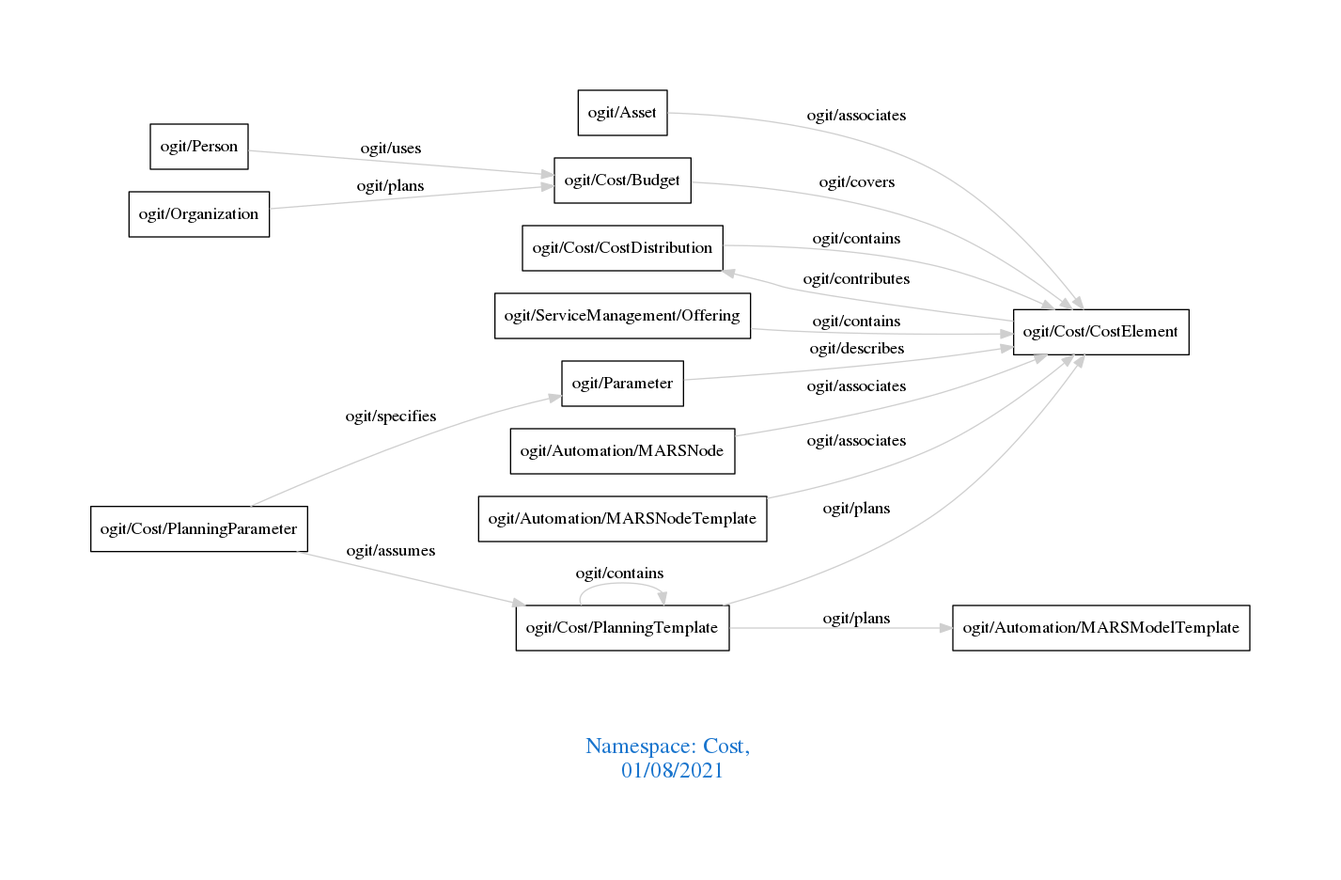
The Graphviz diagram downloads/Cost.png in arago/OGIT, before a commit. Its source is kept beside it as downloads/Cost.dot.
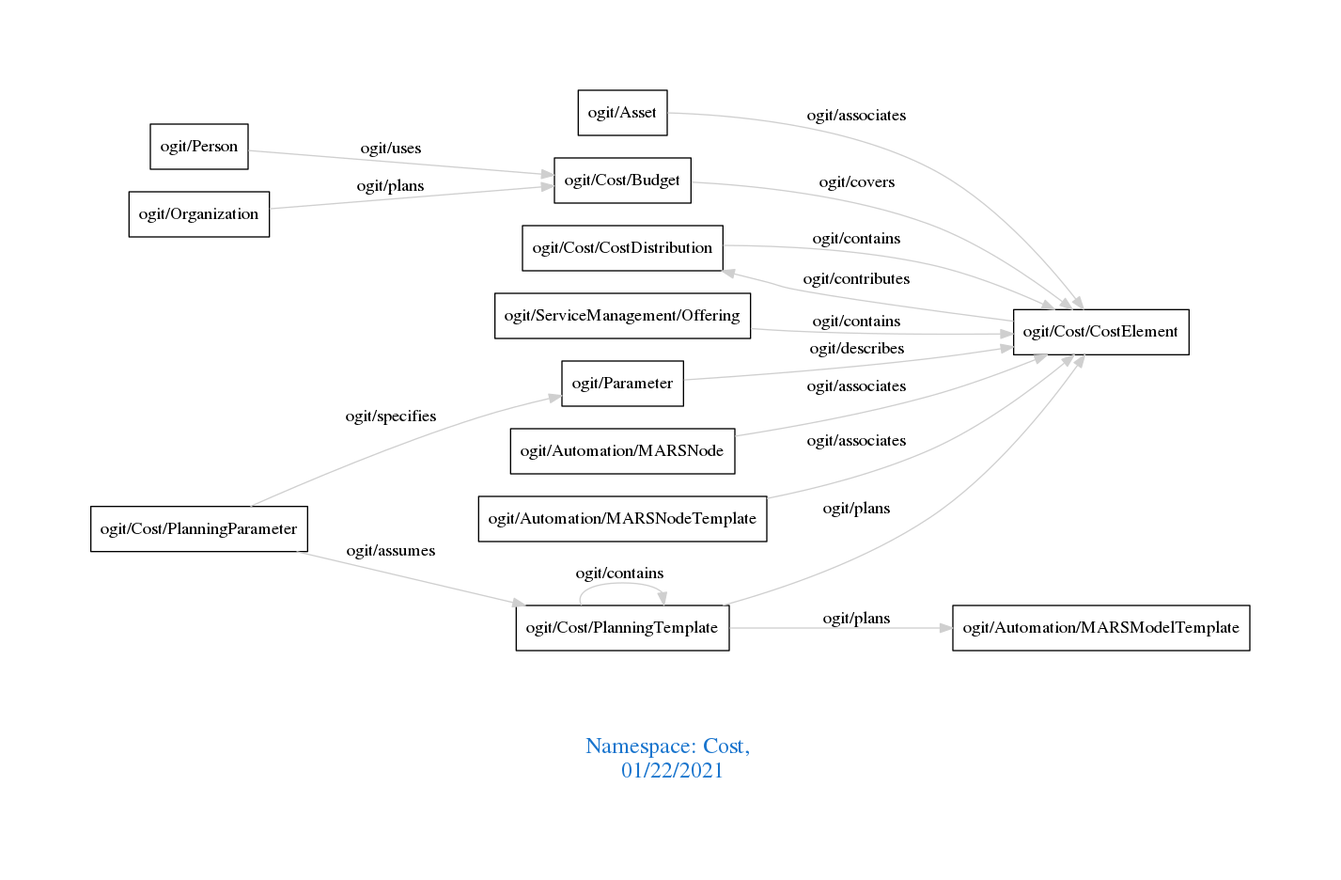
The same file after the commit.

What changed in the source:
```diff
@@ -1,7 +1,7 @@
 digraph OGIT_ontology {
  graph [ rankdir= LR,pad=1
 fontsize = 18,
-fontcolor= dodgerblue3,label = "\n\n\nNamespace: Cost, \n 01/08/2021"];
+fontcolor= dodgerblue3,label = "\n\n\nNamespace: Cost, \n 01/22/2021"];
 node[shape=polygon];
 edge [  color="gray81"];
 
```
